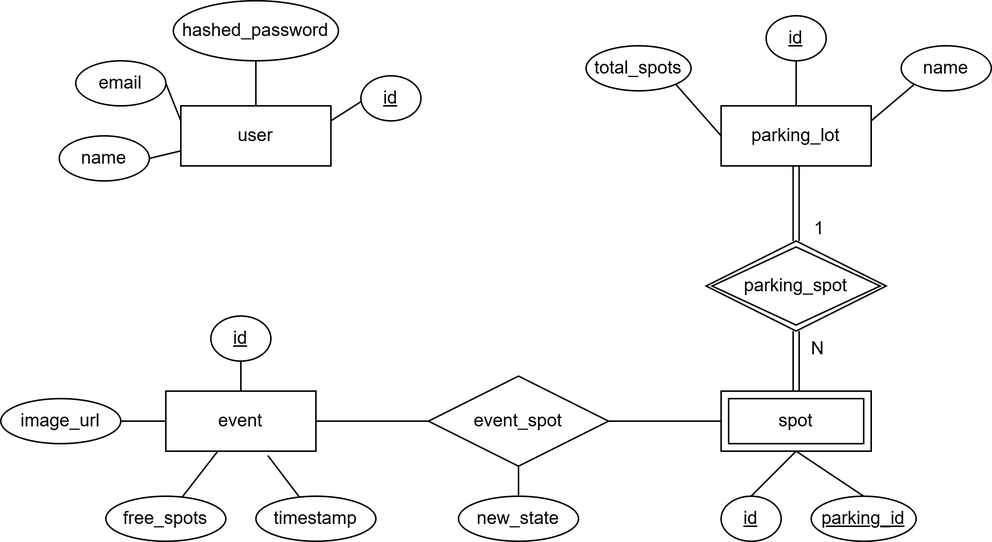
This is docs/diagrams/MER.png from UM-LabTics/lakitu-core, a draw.io export, as it was before one commit. Source tidied: cells renumbered, new cells last; positions are measured from the earlier drawing's top-left corner, leaving out a move shared by most shapes. Its diagram source:
```xml
<mxGraphModel>
  <root>
    <mxCell id="0" />
    <mxCell id="1" parent="0" />
    <mxCell id="2" style="rounded=0;jettySize=auto;html=1;exitX=0.5;exitY=0;exitDx=0;exitDy=0;entryX=0.5;entryY=1;entryDx=0;entryDy=0;startArrow=none;startFill=0;endArrow=none;endFill=0;" parent="1" edge="1" source="6" target="24">
      <mxGeometry relative="1" as="geometry" />
    </mxCell>
    <mxCell id="3" style="rounded=0;jettySize=auto;html=1;exitX=0;exitY=0.75;exitDx=0;exitDy=0;entryX=1;entryY=0.5;entryDx=0;entryDy=0;startArrow=none;startFill=0;endArrow=none;endFill=0;" parent="1" edge="1" source="6" target="28">
      <mxGeometry relative="1" as="geometry" />
    </mxCell>
    <mxCell id="4" style="rounded=0;jettySize=auto;html=1;exitX=0;exitY=0.25;exitDx=0;exitDy=0;entryX=1;entryY=0.5;entryDx=0;entryDy=0;startArrow=none;startFill=0;endArrow=none;endFill=0;" parent="1" edge="1" source="6" target="23">
      <mxGeometry relative="1" as="geometry" />
    </mxCell>
    <mxCell id="5" style="rounded=0;jettySize=auto;html=1;exitX=1;exitY=0.25;exitDx=0;exitDy=0;entryX=0;entryY=1;entryDx=0;entryDy=0;startArrow=none;startFill=0;endArrow=none;endFill=0;" parent="1" edge="1" source="6">
      <mxGeometry relative="1" as="geometry">
        <mxPoint x="242.4" y="65.7" as="targetPoint" />
      </mxGeometry>
    </mxCell>
    <mxCell id="6" value="user" style="whiteSpace=wrap;html=1;align=center;" parent="1" vertex="1">
      <mxGeometry x="120" y="70" width="100" height="40" as="geometry" />
    </mxCell>
    <mxCell id="7" style="rounded=0;jettySize=auto;html=1;exitX=0;exitY=0.5;exitDx=0;exitDy=0;entryX=1;entryY=1;entryDx=0;entryDy=0;startArrow=none;startFill=0;endArrow=none;endFill=0;" parent="1" edge="1" source="10" target="25">
      <mxGeometry relative="1" as="geometry" />
    </mxCell>
    <mxCell id="8" style="rounded=0;jettySize=auto;html=1;exitX=0.5;exitY=0;exitDx=0;exitDy=0;entryX=0.5;entryY=1;entryDx=0;entryDy=0;startArrow=none;startFill=0;endArrow=none;endFill=0;" parent="1" edge="1" source="10">
      <mxGeometry relative="1" as="geometry">
        <mxPoint x="530" y="40" as="targetPoint" />
      </mxGeometry>
    </mxCell>
    <mxCell id="9" style="rounded=0;jettySize=auto;html=1;exitX=1;exitY=0.25;exitDx=0;exitDy=0;entryX=0;entryY=1;entryDx=0;entryDy=0;startArrow=none;startFill=0;endArrow=none;endFill=0;" parent="1" edge="1" source="10" target="29">
      <mxGeometry relative="1" as="geometry" />
    </mxCell>
    <mxCell id="10" value="parking_lot" style="whiteSpace=wrap;html=1;align=center;" parent="1" vertex="1">
      <mxGeometry x="480" y="70" width="100" height="40" as="geometry" />
    </mxCell>
    <mxCell id="11" value="spot" style="shape=ext;margin=3;double=1;whiteSpace=wrap;html=1;align=center;" parent="1" vertex="1">
      <mxGeometry x="480" y="260" width="100" height="40" as="geometry" />
    </mxCell>
    <mxCell id="12" value="parking_spot" style="shape=rhombus;double=1;perimeter=rhombusPerimeter;whiteSpace=wrap;html=1;align=center;" parent="1" vertex="1">
      <mxGeometry x="470" y="160" width="120" height="60" as="geometry" />
    </mxCell>
    <mxCell id="13" style="shape=link;html=1;rounded=0;exitX=0.5;exitY=0;exitDx=0;exitDy=0;entryX=0.5;entryY=1;entryDx=0;entryDy=0;" parent="1" edge="1" source="11" target="12">
      <mxGeometry relative="1" as="geometry" />
    </mxCell>
    <mxCell id="14" value="N" style="html=1;whiteSpace=wrap;align=right;verticalAlign=bottom;" parent="13" vertex="1">
      <mxGeometry x="1" relative="1" as="geometry">
        <mxPoint x="20" y="20" as="offset" />
      </mxGeometry>
    </mxCell>
    <mxCell id="15" style="shape=link;html=1;rounded=0;exitX=0.5;exitY=1;exitDx=0;exitDy=0;entryX=0.5;entryY=0;entryDx=0;entryDy=0;" parent="1" edge="1" source="10" target="12">
      <mxGeometry relative="1" as="geometry" />
    </mxCell>
    <mxCell id="16" value="1" style="html=1;whiteSpace=wrap;align=right;verticalAlign=bottom;" parent="15" vertex="1">
      <mxGeometry x="1" relative="1" as="geometry">
        <mxPoint x="20" as="offset" />
      </mxGeometry>
    </mxCell>
    <mxCell id="17" style="edgeStyle=orthogonalEdgeStyle;rounded=0;jettySize=auto;html=1;entryX=0;entryY=0.5;entryDx=0;entryDy=0;endArrow=none;endFill=0;" parent="1" edge="1" source="18" target="11">
      <mxGeometry relative="1" as="geometry" />
    </mxCell>
    <mxCell id="18" value="event_spot" style="shape=rhombus;perimeter=rhombusPerimeter;whiteSpace=wrap;html=1;align=center;" parent="1" vertex="1">
      <mxGeometry x="285" y="250" width="120" height="60" as="geometry" />
    </mxCell>
    <mxCell id="19" style="edgeStyle=orthogonalEdgeStyle;rounded=0;jettySize=auto;html=1;endArrow=none;endFill=0;" parent="1" edge="1" source="18" target="20">
      <mxGeometry relative="1" as="geometry" />
    </mxCell>
    <mxCell id="20" value="event" style="whiteSpace=wrap;html=1;align=center;" parent="1" vertex="1">
      <mxGeometry x="110" y="260" width="100" height="40" as="geometry" />
    </mxCell>
    <mxCell id="21" style="rounded=0;jettySize=auto;html=1;exitX=0.5;exitY=1;exitDx=0;exitDy=0;startArrow=none;startFill=0;endArrow=none;endFill=0;" parent="1" edge="1" target="20">
      <mxGeometry relative="1" as="geometry">
        <mxPoint x="160" y="240" as="sourcePoint" />
      </mxGeometry>
    </mxCell>
    <mxCell id="22" style="rounded=0;jettySize=auto;html=1;entryX=0.5;entryY=1;entryDx=0;entryDy=0;startArrow=none;startFill=0;endArrow=none;endFill=0;exitX=0.5;exitY=0;exitDx=0;exitDy=0;" parent="1" edge="1" source="38" target="11">
      <mxGeometry relative="1" as="geometry" />
    </mxCell>
    <mxCell id="23" value="email" style="ellipse;whiteSpace=wrap;html=1;" parent="1" vertex="1">
      <mxGeometry x="50" y="40" width="60" height="30" as="geometry" />
    </mxCell>
    <mxCell id="24" value="hashed_password" style="ellipse;whiteSpace=wrap;html=1;" parent="1" vertex="1">
      <mxGeometry x="115" width="110" height="40" as="geometry" />
    </mxCell>
    <mxCell id="25" value="total_spots" style="ellipse;whiteSpace=wrap;html=1;" parent="1" vertex="1">
      <mxGeometry x="390" y="30" width="70" height="30" as="geometry" />
    </mxCell>
    <mxCell id="26" value="new_state" style="ellipse;whiteSpace=wrap;html=1;align=center;" parent="1" vertex="1">
      <mxGeometry x="305" y="330" width="80" height="30" as="geometry" />
    </mxCell>
    <mxCell id="27" style="rounded=0;jettySize=auto;html=1;entryX=0.5;entryY=1;entryDx=0;entryDy=0;endArrow=none;endFill=0;startArrow=none;startFill=0;" parent="1" edge="1" source="26" target="18">
      <mxGeometry relative="1" as="geometry" />
    </mxCell>
    <mxCell id="28" value="name" style="ellipse;whiteSpace=wrap;html=1;" parent="1" vertex="1">
      <mxGeometry x="39" y="90" width="60" height="30" as="geometry" />
    </mxCell>
    <mxCell id="29" value="name" style="ellipse;whiteSpace=wrap;html=1;" parent="1" vertex="1">
      <mxGeometry x="600" y="30" width="60" height="30" as="geometry" />
    </mxCell>
    <mxCell id="30" style="rounded=0;jettySize=auto;html=1;startArrow=none;startFill=0;endArrow=none;endFill=0;" parent="1" edge="1" source="31" target="20">
      <mxGeometry relative="1" as="geometry" />
    </mxCell>
    <mxCell id="31" value="free_spots" style="ellipse;whiteSpace=wrap;html=1;align=center;" parent="1" vertex="1">
      <mxGeometry x="70" y="330" width="80" height="30" as="geometry" />
    </mxCell>
    <mxCell id="32" style="edgeStyle=orthogonalEdgeStyle;rounded=0;jettySize=auto;html=1;entryX=0;entryY=0.5;entryDx=0;entryDy=0;endArrow=none;endFill=0;" parent="1" edge="1" source="33" target="20">
      <mxGeometry relative="1" as="geometry" />
    </mxCell>
    <mxCell id="33" value="image_url" style="ellipse;whiteSpace=wrap;html=1;align=center;" parent="1" vertex="1">
      <mxGeometry y="265" width="80" height="30" as="geometry" />
    </mxCell>
    <mxCell id="34" value="timestamp" style="ellipse;whiteSpace=wrap;html=1;align=center;" parent="1" vertex="1">
      <mxGeometry x="170" y="330" width="80" height="30" as="geometry" />
    </mxCell>
    <mxCell id="35" style="rounded=0;jettySize=auto;html=1;exitX=0.5;exitY=1;exitDx=0;exitDy=0;entryX=0.5;entryY=0;entryDx=0;entryDy=0;startArrow=none;startFill=0;endArrow=none;endFill=0;" parent="1" edge="1" source="11" target="39">
      <mxGeometry relative="1" as="geometry" />
    </mxCell>
    <mxCell id="36" style="rounded=0;jettySize=auto;html=1;entryX=0.68;entryY=1.074;entryDx=0;entryDy=0;entryPerimeter=0;startArrow=none;startFill=0;endArrow=none;endFill=0;" parent="1" edge="1" source="34" target="20">
      <mxGeometry relative="1" as="geometry" />
    </mxCell>
    <mxCell id="37" value="&lt;u&gt;id&lt;/u&gt;" style="ellipse;whiteSpace=wrap;html=1;align=center;" parent="1" vertex="1">
      <mxGeometry x="140" y="210" width="40" height="30" as="geometry" />
    </mxCell>
    <mxCell id="38" value="&lt;u&gt;id&lt;/u&gt;" style="ellipse;whiteSpace=wrap;html=1;align=center;" parent="1" vertex="1">
      <mxGeometry x="480" y="330" width="40" height="30" as="geometry" />
    </mxCell>
    <mxCell id="39" value="&lt;u&gt;parking_id&lt;/u&gt;" style="ellipse;whiteSpace=wrap;html=1;align=center;" parent="1" vertex="1">
      <mxGeometry x="540" y="330" width="70" height="30" as="geometry" />
    </mxCell>
    <mxCell id="40" value="&lt;u&gt;id&lt;/u&gt;" style="ellipse;whiteSpace=wrap;html=1;align=center;" parent="1" vertex="1">
      <mxGeometry x="510" y="10" width="40" height="30" as="geometry" />
    </mxCell>
    <mxCell id="41" value="&lt;u&gt;id&lt;/u&gt;" style="ellipse;whiteSpace=wrap;html=1;align=center;" parent="1" vertex="1">
      <mxGeometry x="240" y="50" width="40" height="30" as="geometry" />
    </mxCell>
  </root>
</mxGraphModel>
```
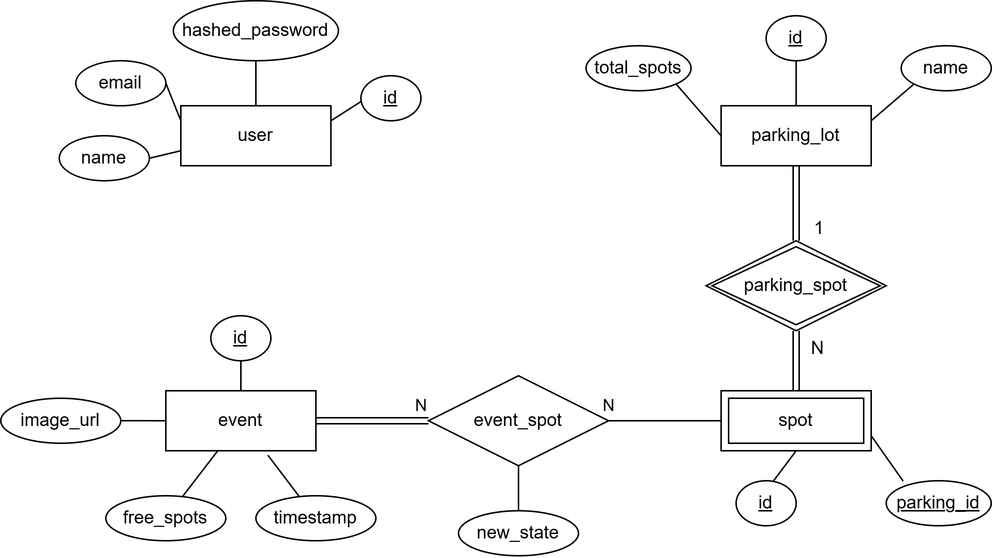
Above is the later version.

What changed in the source:
```diff
@@ -58,12 +58,22 @@
     <mxCell id="17" style="edgeStyle=orthogonalEdgeStyle;rounded=0;jettySize=auto;html=1;entryX=0;entryY=0.5;entryDx=0;entryDy=0;endArrow=none;endFill=0;" parent="1" edge="1" source="18" target="11">
       <mxGeometry relative="1" as="geometry" />
     </mxCell>
+    <mxCell id="42" value="N" style="edgeLabel;html=1;align=center;verticalAlign=middle;" parent="17" vertex="1">
+      <mxGeometry x="-0.71" y="1" relative="1" as="geometry">
+        <mxPoint x="-11" y="-9" as="offset" />
+      </mxGeometry>
+    </mxCell>
     <mxCell id="18" value="event_spot" style="shape=rhombus;perimeter=rhombusPerimeter;whiteSpace=wrap;html=1;align=center;" parent="1" vertex="1">
       <mxGeometry x="285" y="250" width="120" height="60" as="geometry" />
     </mxCell>
-    <mxCell id="19" style="edgeStyle=orthogonalEdgeStyle;rounded=0;jettySize=auto;html=1;endArrow=none;endFill=0;" parent="1" edge="1" source="18" target="20">
+    <mxCell id="19" style="edgeStyle=orthogonalEdgeStyle;rounded=0;jettySize=auto;html=1;endArrow=none;endFill=0;shape=link;" parent="1" edge="1" source="18" target="20">
       <mxGeometry relative="1" as="geometry" />
     </mxCell>
+    <mxCell id="43" value="N" style="edgeLabel;html=1;align=center;verticalAlign=middle;" parent="19" vertex="1">
+      <mxGeometry x="-0.52" y="3" relative="1" as="geometry">
+        <mxPoint x="13" y="-13" as="offset" />
+      </mxGeometry>
+    </mxCell>
     <mxCell id="20" value="event" style="whiteSpace=wrap;html=1;align=center;" parent="1" vertex="1">
       <mxGeometry x="110" y="260" width="100" height="40" as="geometry" />
     </mxCell>
@@ -72,8 +82,10 @@
         <mxPoint x="160" y="240" as="sourcePoint" />
       </mxGeometry>
     </mxCell>
-    <mxCell id="22" style="rounded=0;jettySize=auto;html=1;entryX=0.5;entryY=1;entryDx=0;entryDy=0;startArrow=none;startFill=0;endArrow=none;endFill=0;exitX=0.5;exitY=0;exitDx=0;exitDy=0;" parent="1" edge="1" source="38" target="11">
-      <mxGeometry relative="1" as="geometry" />
+    <mxCell id="22" style="rounded=0;jettySize=auto;html=1;entryX=0.5;entryY=1;entryDx=0;entryDy=0;startArrow=none;startFill=0;endArrow=none;endFill=0;" parent="1" edge="1" target="11">
+      <mxGeometry relative="1" as="geometry">
+        <mxPoint x="515" y="320" as="sourcePoint" />
+      </mxGeometry>
     </mxCell>
     <mxCell id="23" value="email" style="ellipse;whiteSpace=wrap;html=1;" parent="1" vertex="1">
       <mxGeometry x="50" y="40" width="60" height="30" as="geometry" />
@@ -85,7 +97,7 @@
       <mxGeometry x="390" y="30" width="70" height="30" as="geometry" />
     </mxCell>
     <mxCell id="26" value="new_state" style="ellipse;whiteSpace=wrap;html=1;align=center;" parent="1" vertex="1">
-      <mxGeometry x="305" y="330" width="80" height="30" as="geometry" />
+      <mxGeometry x="305" y="340" width="80" height="30" as="geometry" />
     </mxCell>
     <mxCell id="27" style="rounded=0;jettySize=auto;html=1;entryX=0.5;entryY=1;entryDx=0;entryDy=0;endArrow=none;endFill=0;startArrow=none;startFill=0;" parent="1" edge="1" source="26" target="18">
       <mxGeometry relative="1" as="geometry" />
@@ -111,8 +123,10 @@
     <mxCell id="34" value="timestamp" style="ellipse;whiteSpace=wrap;html=1;align=center;" parent="1" vertex="1">
       <mxGeometry x="170" y="330" width="80" height="30" as="geometry" />
     </mxCell>
-    <mxCell id="35" style="rounded=0;jettySize=auto;html=1;exitX=0.5;exitY=1;exitDx=0;exitDy=0;entryX=0.5;entryY=0;entryDx=0;entryDy=0;startArrow=none;startFill=0;endArrow=none;endFill=0;" parent="1" edge="1" source="11" target="39">
-      <mxGeometry relative="1" as="geometry" />
+    <mxCell id="35" style="rounded=0;jettySize=auto;html=1;exitX=1;exitY=0.75;exitDx=0;exitDy=0;entryX=0.391;entryY=0.007;entryDx=0;entryDy=0;entryPerimeter=0;startArrow=none;startFill=0;endArrow=none;endFill=0;" parent="1" edge="1" source="11">
+      <mxGeometry relative="1" as="geometry">
+        <mxPoint x="601.3" y="320.2" as="targetPoint" />
+      </mxGeometry>
     </mxCell>
     <mxCell id="36" style="rounded=0;jettySize=auto;html=1;entryX=0.68;entryY=1.074;entryDx=0;entryDy=0;entryPerimeter=0;startArrow=none;startFill=0;endArrow=none;endFill=0;" parent="1" edge="1" source="34" target="20">
       <mxGeometry relative="1" as="geometry" />
@@ -121,10 +135,10 @@
       <mxGeometry x="140" y="210" width="40" height="30" as="geometry" />
     </mxCell>
     <mxCell id="38" value="&lt;u&gt;id&lt;/u&gt;" style="ellipse;whiteSpace=wrap;html=1;align=center;" parent="1" vertex="1">
-      <mxGeometry x="480" y="330" width="40" height="30" as="geometry" />
+      <mxGeometry x="490" y="320" width="40" height="30" as="geometry" />
     </mxCell>
     <mxCell id="39" value="&lt;u&gt;parking_id&lt;/u&gt;" style="ellipse;whiteSpace=wrap;html=1;align=center;" parent="1" vertex="1">
-      <mxGeometry x="540" y="330" width="70" height="30" as="geometry" />
+      <mxGeometry x="590" y="320" width="70" height="30" as="geometry" />
     </mxCell>
     <mxCell id="40" value="&lt;u&gt;id&lt;/u&gt;" style="ellipse;whiteSpace=wrap;html=1;align=center;" parent="1" vertex="1">
       <mxGeometry x="510" y="10" width="40" height="30" as="geometry" />
```
